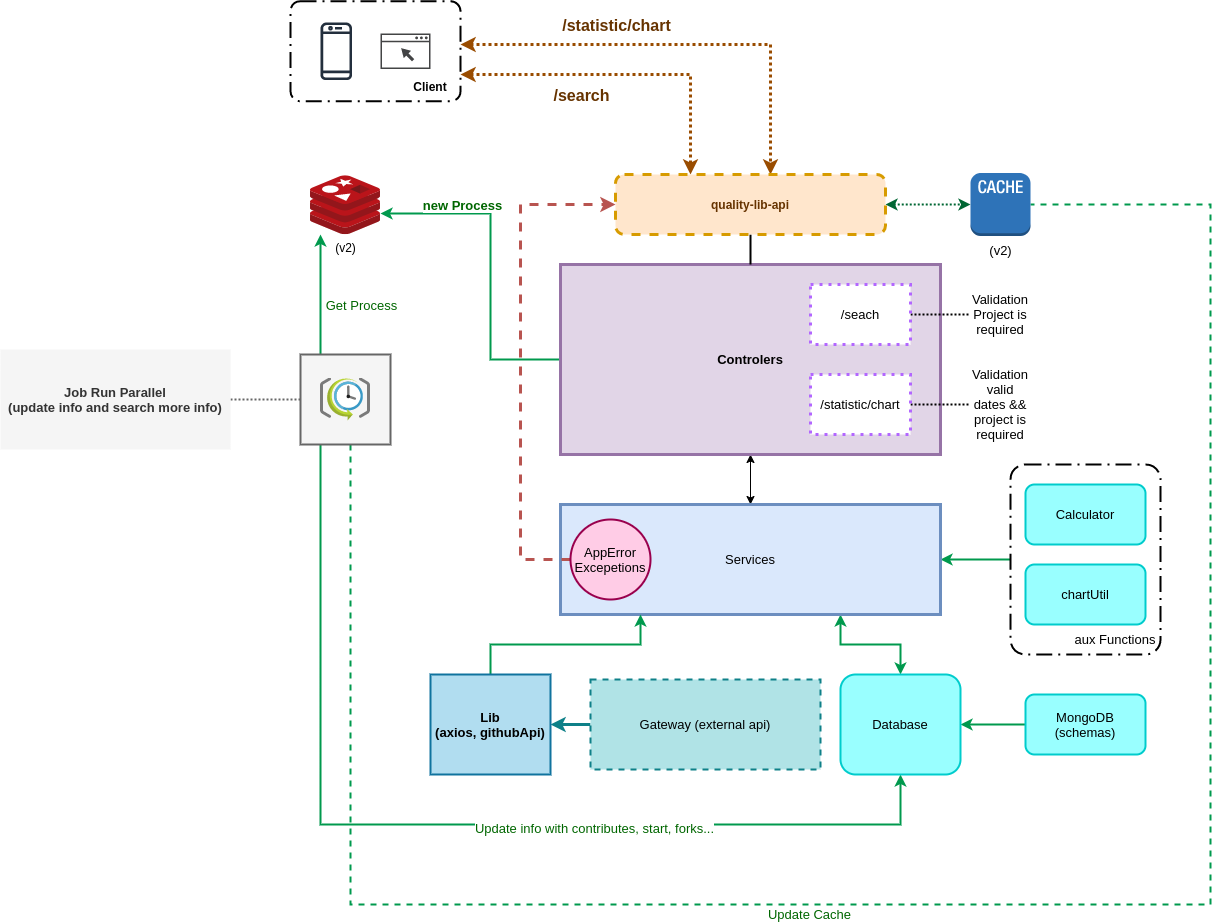
This is assets/diagrama.png from Jm-Correia/quality-lib-api, a draw.io export, as it was before one commit. Source tidied: cells renumbered, new cells last; positions are measured from the earlier drawing's top-left corner, leaving out a move shared by most shapes.
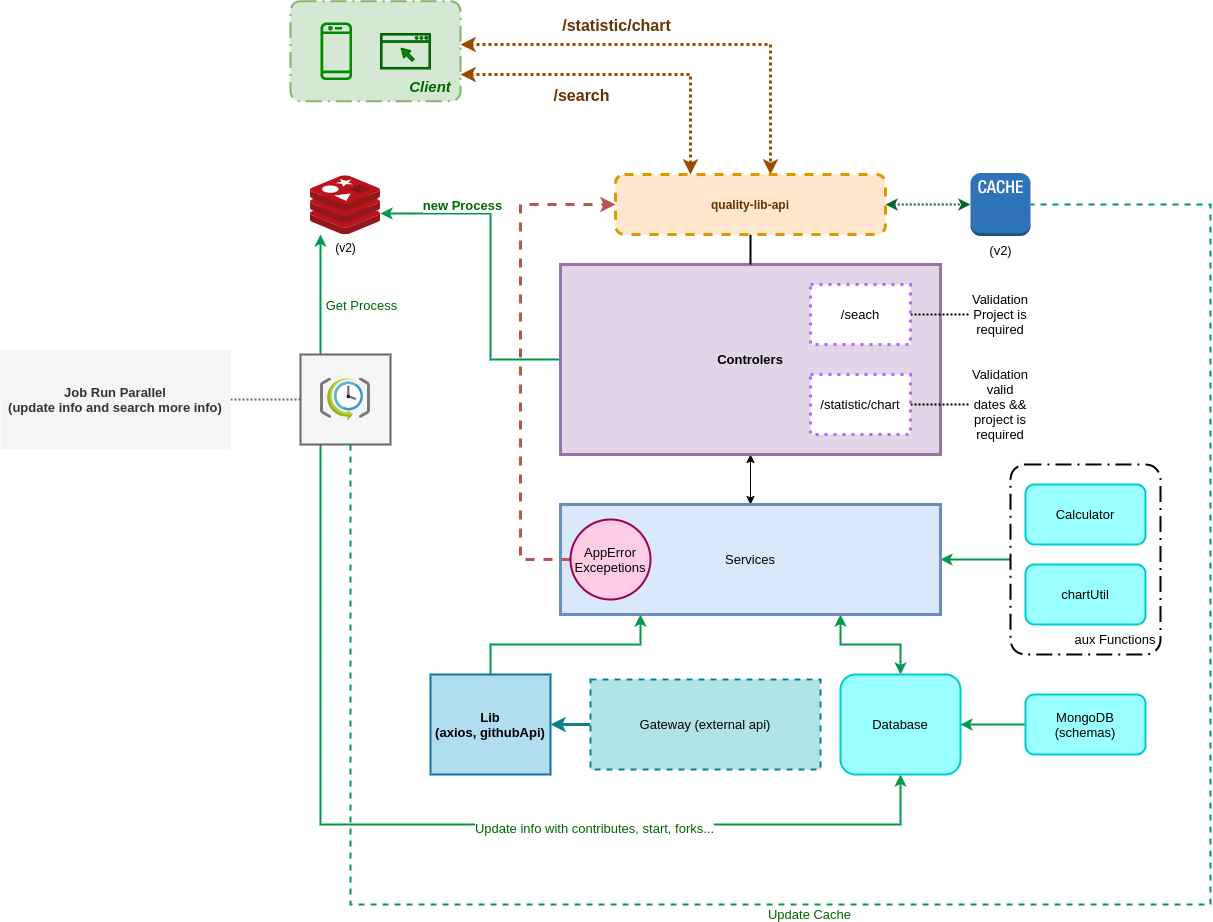
The same diagram one commit later.

Commit message:
changes background color client.

Diff of the diagram source:
```diff
@@ -2,6 +2,9 @@
   <root>
     <mxCell id="0" />
     <mxCell id="1" parent="0" />
+    <mxCell id="17" style="points=[[0.25,0,0],[0.5,0,0],[0.75,0,0],[1,0.25,0],[1,0.5,0],[1,0.75,0],[0.75,1,0],[0.5,1,0],[0.25,1,0],[0,0.75,0],[0,0.5,0],[0,0.25,0]];rounded=1;arcSize=10;dashed=1;strokeColor=#82b366;fillColor=#d5e8d4;dashPattern=8 3 1 3;strokeWidth=2;" parent="1" vertex="1">
+      <mxGeometry x="290" y="-0.2" width="170" height="100" as="geometry" />
+    </mxCell>
     <mxCell id="2" style="edgeStyle=orthogonalEdgeStyle;rounded=0;jettySize=auto;html=1;fontSize=13;fontColor=#006600;startArrow=none;startFill=0;endArrow=classic;endFill=1;strokeColor=#00994D;strokeWidth=2;" parent="1" edge="1" source="9" target="12">
       <mxGeometry relative="1" as="geometry">
         <Array as="points">
@@ -53,10 +56,10 @@
     <mxCell id="12" value="(v2)" style="sketch=0;html=1;points=[];align=center;image;fontSize=12;image=img/lib/mscae/Cache_Redis_Product.svg;" parent="1" vertex="1">
       <mxGeometry x="310" y="174.2" width="70" height="58.8" as="geometry" />
     </mxCell>
-    <mxCell id="13" style="sketch=0;fontColor=#232F3E;gradientColor=none;fillColor=#232F3D;strokeColor=none;dashed=0;verticalLabelPosition=bottom;verticalAlign=top;align=center;html=1;fontSize=12;fontStyle=0;shape=mxgraph.aws4.mobile_client;" parent="1" vertex="1">
+    <mxCell id="13" style="sketch=0;fillColor=#008a00;strokeColor=#005700;dashed=0;verticalLabelPosition=bottom;verticalAlign=top;align=center;html=1;fontSize=12;fontStyle=0;shape=mxgraph.aws4.mobile_client;fontColor=#ffffff;" parent="1" vertex="1">
       <mxGeometry x="320" y="19.8" width="31.5" height="60" as="geometry" />
     </mxCell>
-    <mxCell id="14" style="sketch=0;shadow=0;dashed=0;html=1;strokeColor=none;fillColor=#434445;labelPosition=center;verticalLabelPosition=bottom;verticalAlign=top;align=center;shape=mxgraph.vvd.web_browser;" parent="1" vertex="1">
+    <mxCell id="14" style="sketch=0;shadow=0;dashed=0;html=1;strokeColor=#005700;fillColor=#008a00;labelPosition=center;verticalLabelPosition=bottom;verticalAlign=top;align=center;shape=mxgraph.vvd.web_browser;fontColor=#ffffff;" parent="1" vertex="1">
       <mxGeometry x="380" y="32" width="50" height="35.5" as="geometry" />
     </mxCell>
     <mxCell id="15" style="edgeStyle=orthogonalEdgeStyle;rounded=0;jettySize=auto;html=1;fontColor=#663300;endArrow=classic;endFill=1;strokeWidth=3;strokeColor=#994C00;startArrow=classic;startFill=1;dashed=1;dashPattern=1 1;" parent="1" edge="1" source="17" target="34">
@@ -71,10 +74,7 @@
         <mxPoint x="29" y="23" as="offset" />
       </mxGeometry>
     </mxCell>
-    <mxCell id="17" style="points=[[0.25,0,0],[0.5,0,0],[0.75,0,0],[1,0.25,0],[1,0.5,0],[1,0.75,0],[0.75,1,0],[0.5,1,0],[0.25,1,0],[0,0.75,0],[0,0.5,0],[0,0.25,0]];rounded=1;arcSize=10;dashed=1;strokeColor=#000000;fillColor=none;gradientColor=none;dashPattern=8 3 1 3;strokeWidth=2;" parent="1" vertex="1">
-      <mxGeometry x="290" y="-0.2" width="170" height="100" as="geometry" />
-    </mxCell>
-    <mxCell id="18" value="Client" style="text;html=1;strokeColor=none;fillColor=none;align=center;verticalAlign=middle;whiteSpace=wrap;rounded=0;fontStyle=1;" parent="1" vertex="1">
+    <mxCell id="18" value="Client" style="text;html=1;strokeColor=none;fillColor=none;align=center;verticalAlign=middle;whiteSpace=wrap;rounded=0;fontStyle=3;fontColor=#006600;fontSize=15;" parent="1" vertex="1">
       <mxGeometry x="400" y="69.8" width="60" height="30" as="geometry" />
     </mxCell>
     <mxCell id="19" style="edgeStyle=orthogonalEdgeStyle;rounded=0;jettySize=auto;html=1;dashed=1;dashPattern=1 1;fontSize=13;fontColor=#000000;startArrow=classic;startFill=1;endArrow=classic;endFill=1;strokeColor=#006633;strokeWidth=2;" parent="1" edge="1" source="34" target="22">
```
